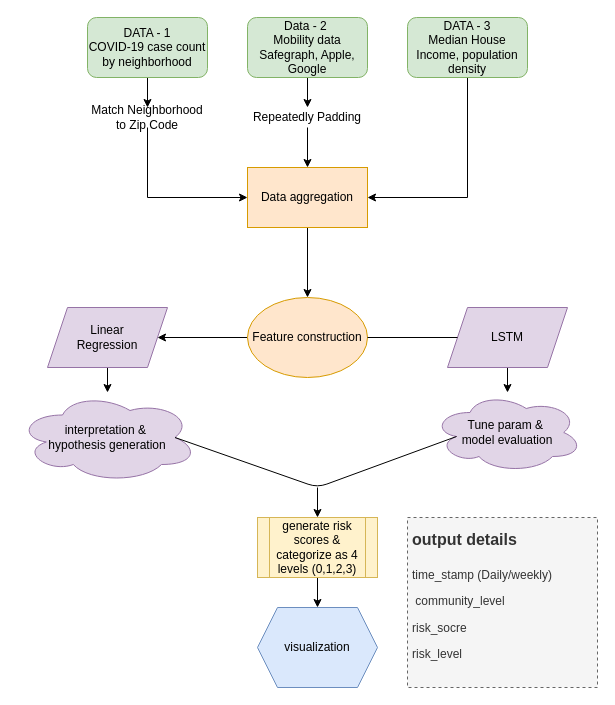
Above: RMDS_Workflow.drawio in sli525/rmds-lab-team3-project (draw.io), before the change. Source tidied: cells renumbered, new cells numbered last; positions are measured from the earlier drawing's top-left corner, leaving out a move shared by most shapes. Both pictures are drawn from the tidied source at 100%, with x=0, y=0 at pixel (17, 17).
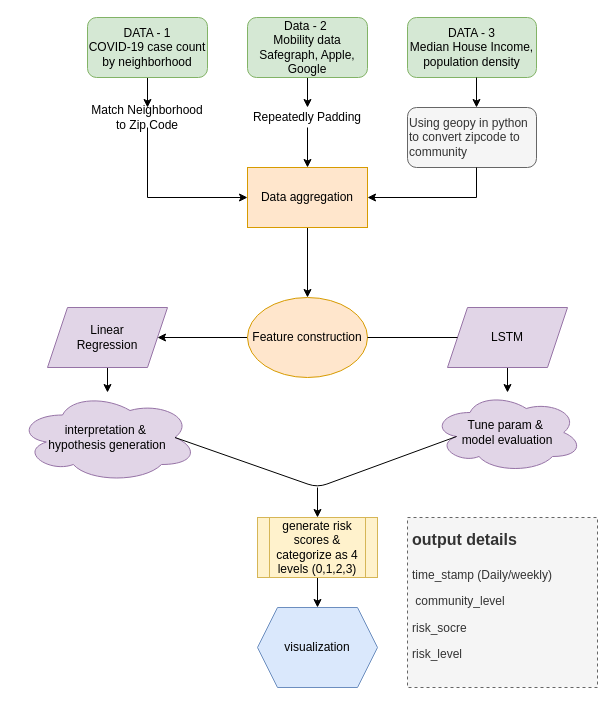
Above is the later version.

The change refers to these unchanged cells:
```xml
<mxCell id="13" value="Data aggregation" style="rounded=0;whiteSpace=wrap;html=1;fillColor=#ffe6cc;strokeColor=#d79b00;" parent="1" vertex="1">
  <mxGeometry x="230" y="150" width="120" height="60" as="geometry" />
</mxCell>
```

Change to the diagram source:
```diff
@@
-    <mxCell id="6" style="edgeStyle=orthogonalEdgeStyle;rounded=0;jettySize=auto;html=1;exitX=0.5;exitY=1;exitDx=0;exitDy=0;entryX=1;entryY=0.5;entryDx=0;entryDy=0;" parent="1" edge="1" source="7" target="13">
-      <mxGeometry relative="1" as="geometry" />
-    </mxCell>
     <mxCell id="7" value="DATA - 3&lt;br&gt;Median House Income, population density" style="rounded=1;whiteSpace=wrap;html=1;fillColor=#d5e8d4;strokeColor=#82b366;" parent="1" vertex="1">
-      <mxGeometry x="390" width="120" height="60" as="geometry" />
+      <mxGeometry x="390" width="129" height="60" as="geometry" />
     </mxCell>
@@
+    <mxCell id="29" value="Using geopy in python to convert zipcode to community&amp;nbsp;" style="rounded=1;whiteSpace=wrap;html=1;align=left;fillColor=#f5f5f5;strokeColor=#666666;fontColor=#333333;" parent="1" vertex="1">
+      <mxGeometry x="390" y="90" width="129" height="60" as="geometry" />
+    </mxCell>
+    <mxCell id="30" style="edgeStyle=orthogonalEdgeStyle;rounded=0;orthogonalLoop=1;jettySize=auto;html=1;" parent="1" edge="1">
+      <mxGeometry relative="1" as="geometry">
+        <mxPoint x="459" y="60" as="sourcePoint" />
+        <mxPoint x="459" y="90" as="targetPoint" />
+      </mxGeometry>
+    </mxCell>
+    <mxCell id="31" style="edgeStyle=orthogonalEdgeStyle;rounded=0;jettySize=auto;html=1;entryX=1;entryY=0.5;entryDx=0;entryDy=0;" parent="1" edge="1" target="13">
+      <mxGeometry relative="1" as="geometry">
+        <mxPoint x="459" y="150" as="sourcePoint" />
+        <Array as="points">
+          <mxPoint x="459" y="180" />
+        </Array>
+      </mxGeometry>
+    </mxCell>
```
